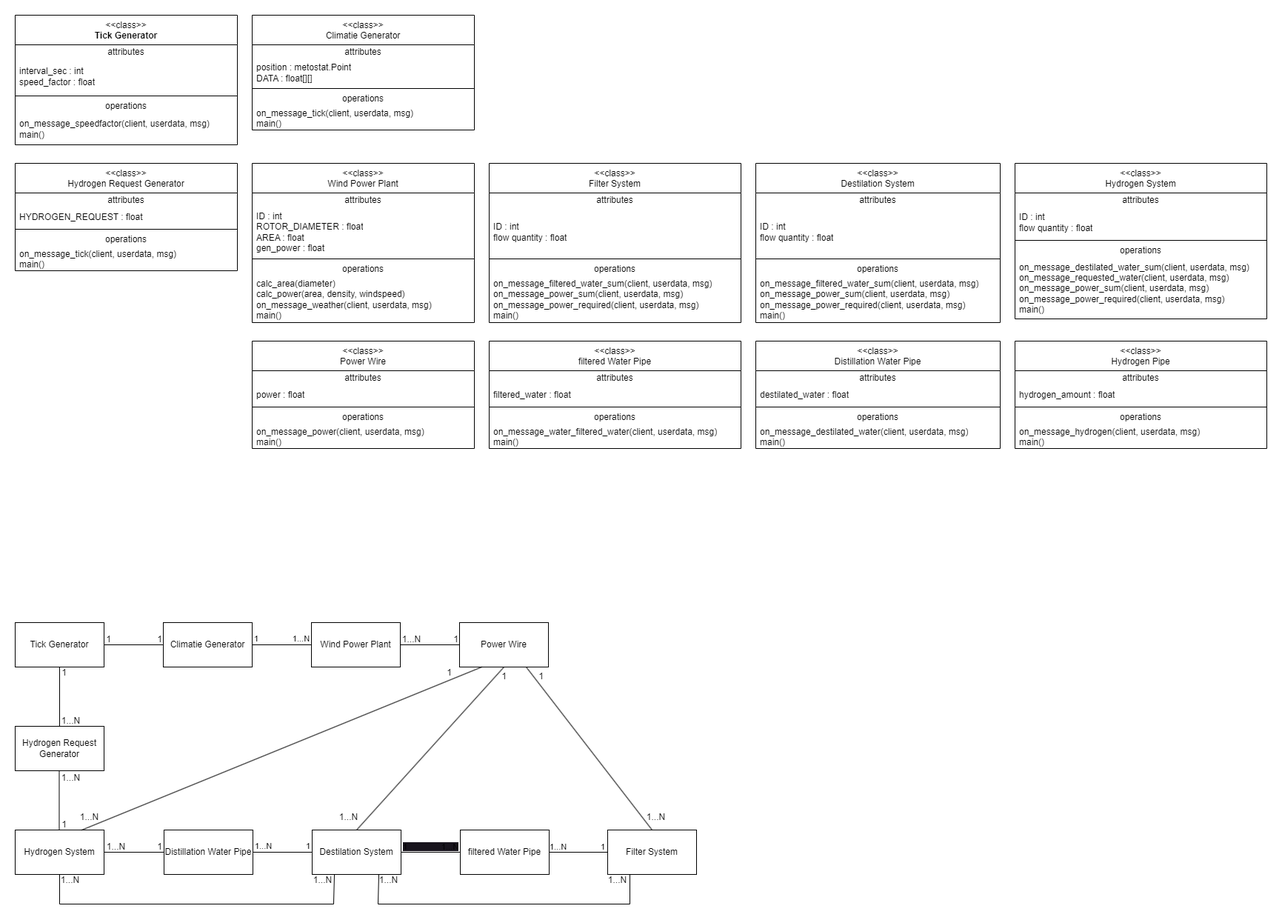
Above: docs/Hydrogen_Information_Diagramm.png in tommyx5/WasserstoffCPSP (draw.io), before the change. Source tidied: cells renumbered, new cells last; positions are measured from the earlier drawing's top-left corner, leaving out a move shared by most shapes.
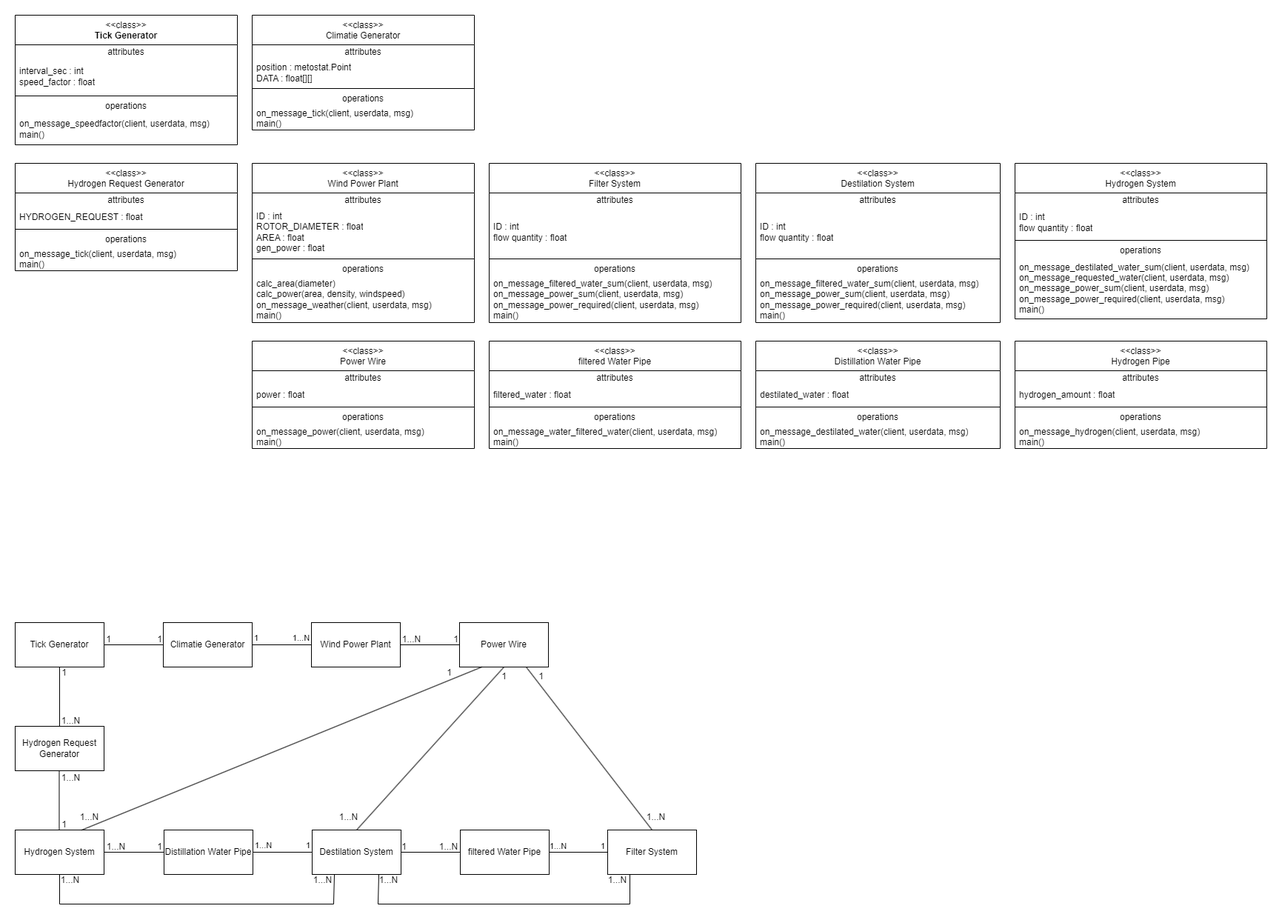
After the change.

Commit message:
info diagramm (update)

The edit, as a diff of the source:
```diff
@@ -300,9 +300,6 @@
     <mxCell id="97" value="1" style="text;html=1;align=center;verticalAlign=middle;strokeColor=none;fillColor=none;" parent="1" vertex="1">
       <mxGeometry x="180" y="1108" width="30" height="30" as="geometry" />
     </mxCell>
-    <mxCell id="98" value="&lt;span style=&quot;font-size: 11px; background-color: rgb(24, 20, 29);&quot;&gt;1&amp;nbsp; &amp;nbsp; &amp;nbsp; &amp;nbsp; &amp;nbsp; &amp;nbsp; &amp;nbsp; &amp;nbsp;1...N&lt;/span&gt;" style="text;html=1;align=center;verticalAlign=middle;strokeColor=none;fillColor=none;" parent="1" vertex="1">
-      <mxGeometry x="511" y="1108" width="100" height="30" as="geometry" />
-    </mxCell>
     <mxCell id="99" style="endArrow=none;html=1;rounded=0;entryX=0;entryY=0.5;entryDx=0;entryDy=0;exitX=1;exitY=0.5;exitDx=0;exitDy=0;" parent="1" edge="1" source="89" target="88">
       <mxGeometry relative="1" as="geometry" />
     </mxCell>
@@ -364,5 +361,11 @@
     <mxCell id="115" value="1...N" style="text;html=1;align=center;verticalAlign=middle;strokeColor=none;fillColor=none;" parent="1" vertex="1">
       <mxGeometry x="788" y="1153" width="50" height="30" as="geometry" />
     </mxCell>
+    <mxCell id="116" value="1...N" style="text;html=1;align=center;verticalAlign=middle;strokeColor=none;fillColor=none;" parent="1" vertex="1">
+      <mxGeometry x="560" y="1108" width="50" height="30" as="geometry" />
+    </mxCell>
+    <mxCell id="117" value="1" style="text;html=1;align=center;verticalAlign=middle;strokeColor=none;fillColor=none;" parent="1" vertex="1">
+      <mxGeometry x="510" y="1108" width="30" height="30" as="geometry" />
+    </mxCell>
   </root>
 </mxGraphModel>
```
